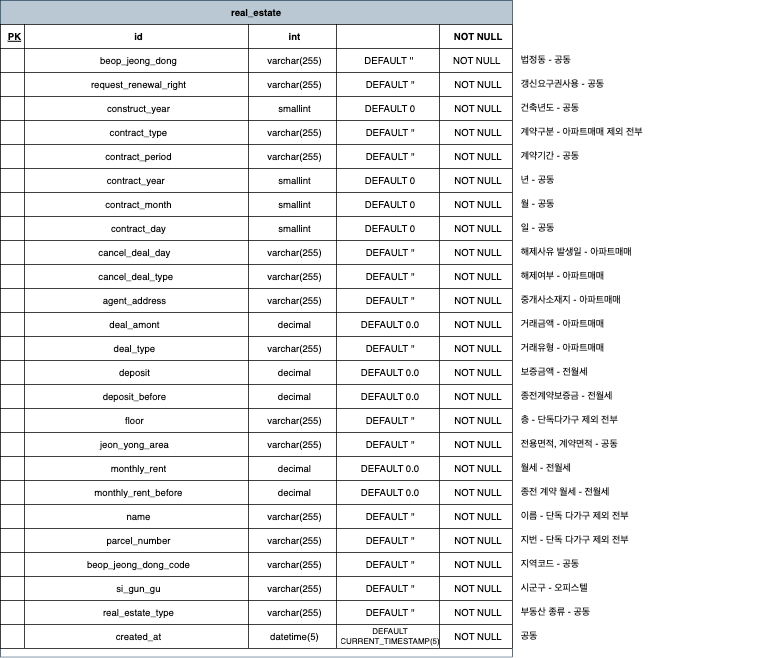
Above: wiki/erd/20240617.png in dsadara/batch-estate-engine (draw.io), before the change. Source tidied: cells renumbered, new cells last; positions are measured from the earlier drawing's top-left corner, leaving out a move shared by most shapes.
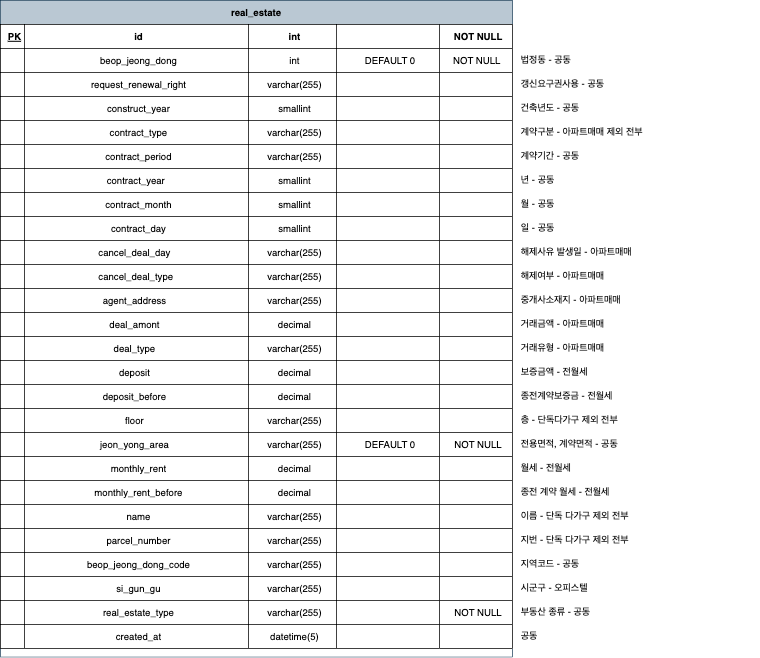
After the commit.

Commit message:
docs: 첫번째 최적화 스키마 수정 (e3cdd5ed)

What changed in the source:
```diff
@@ -34,6 +34,6 @@
     </mxCell>
-    <mxCell id="12" value="varchar(255)" style="shape=partialRectangle;overflow=hidden;top=1;left=1;bottom=1;right=1;align=center;spacingLeft=6;shadow=0;strokeWidth=1;perimeterSpacing=0;verticalAlign=middle;fontFamily=Helvetica;fontSize=12;fontStyle=0;" parent="9" vertex="1">
+    <mxCell id="12" value="int" style="shape=partialRectangle;overflow=hidden;top=1;left=1;bottom=1;right=1;align=center;spacingLeft=6;shadow=0;strokeWidth=1;perimeterSpacing=0;verticalAlign=middle;fontFamily=Helvetica;fontSize=12;fontStyle=0;" parent="9" vertex="1">
       <mxGeometry x="310" width="110" height="30" as="geometry" />
     </mxCell>
-    <mxCell id="13" value="DEFAULT '' " style="shape=partialRectangle;overflow=hidden;top=1;left=1;bottom=1;right=1;align=center;spacingLeft=6;shadow=0;strokeWidth=1;perimeterSpacing=0;verticalAlign=middle;fontFamily=Helvetica;fontSize=12;fontStyle=0;" parent="9" vertex="1">
+    <mxCell id="13" value="DEFAULT 0" style="shape=partialRectangle;overflow=hidden;top=1;left=1;bottom=1;right=1;align=center;spacingLeft=6;shadow=0;strokeWidth=1;perimeterSpacing=0;verticalAlign=middle;fontFamily=Helvetica;fontSize=12;fontStyle=0;" parent="9" vertex="1">
       <mxGeometry x="420" width="129" height="30" as="geometry" />
@@ -55,6 +55,6 @@
     </mxCell>
-    <mxCell id="19" value="DEFAULT ''" style="shape=partialRectangle;overflow=hidden;top=1;left=1;bottom=1;right=1;align=center;spacingLeft=6;strokeWidth=1;shadow=0;verticalAlign=middle;fontFamily=Helvetica;fontSize=12;fontStyle=0;" parent="15" vertex="1">
+    <mxCell id="19" style="shape=partialRectangle;overflow=hidden;top=1;left=1;bottom=1;right=1;align=center;spacingLeft=6;strokeWidth=1;shadow=0;verticalAlign=middle;fontFamily=Helvetica;fontSize=12;fontStyle=0;" parent="15" vertex="1">
       <mxGeometry x="420" width="129" height="30" as="geometry" />
     </mxCell>
-    <mxCell id="20" value="NOT NULL" style="shape=partialRectangle;overflow=hidden;top=1;left=1;bottom=1;right=1;align=center;spacingLeft=6;strokeWidth=1;shadow=0;verticalAlign=middle;fontFamily=Helvetica;fontSize=12;fontStyle=0;" parent="15" vertex="1">
+    <mxCell id="20" style="shape=partialRectangle;overflow=hidden;top=1;left=1;bottom=1;right=1;align=center;spacingLeft=6;strokeWidth=1;shadow=0;verticalAlign=middle;fontFamily=Helvetica;fontSize=12;fontStyle=0;" parent="15" vertex="1">
       <mxGeometry x="549" width="91" height="30" as="geometry" />
@@ -73,6 +73,6 @@
     </mxCell>
-    <mxCell id="25" value="DEFAULT 0" style="shape=partialRectangle;overflow=hidden;top=1;left=1;bottom=1;right=1;align=center;spacingLeft=6;shadow=0;strokeWidth=1;verticalAlign=middle;fontFamily=Helvetica;fontSize=12;fontStyle=0;" parent="21" vertex="1">
+    <mxCell id="25" style="shape=partialRectangle;overflow=hidden;top=1;left=1;bottom=1;right=1;align=center;spacingLeft=6;shadow=0;strokeWidth=1;verticalAlign=middle;fontFamily=Helvetica;fontSize=12;fontStyle=0;" parent="21" vertex="1">
       <mxGeometry x="420" width="129" height="30" as="geometry" />
     </mxCell>
-    <mxCell id="26" value="NOT NULL" style="shape=partialRectangle;overflow=hidden;top=1;left=1;bottom=1;right=1;align=center;spacingLeft=6;shadow=0;strokeWidth=1;verticalAlign=middle;fontFamily=Helvetica;fontSize=12;fontStyle=0;" parent="21" vertex="1">
+    <mxCell id="26" style="shape=partialRectangle;overflow=hidden;top=1;left=1;bottom=1;right=1;align=center;spacingLeft=6;shadow=0;strokeWidth=1;verticalAlign=middle;fontFamily=Helvetica;fontSize=12;fontStyle=0;" parent="21" vertex="1">
       <mxGeometry x="549" width="91" height="30" as="geometry" />
@@ -91,6 +91,6 @@
     </mxCell>
-    <mxCell id="31" value="DEFAULT ''" style="shape=partialRectangle;overflow=hidden;top=1;left=1;bottom=1;right=1;align=center;spacingLeft=6;shadow=0;strokeWidth=1;verticalAlign=middle;fontFamily=Helvetica;fontSize=12;fontStyle=0;" parent="27" vertex="1">
+    <mxCell id="31" style="shape=partialRectangle;overflow=hidden;top=1;left=1;bottom=1;right=1;align=center;spacingLeft=6;shadow=0;strokeWidth=1;verticalAlign=middle;fontFamily=Helvetica;fontSize=12;fontStyle=0;" parent="27" vertex="1">
       <mxGeometry x="420" width="129" height="30" as="geometry" />
     </mxCell>
-    <mxCell id="32" value="NOT NULL" style="shape=partialRectangle;overflow=hidden;top=1;left=1;bottom=1;right=1;align=center;spacingLeft=6;shadow=0;strokeWidth=1;verticalAlign=middle;fontFamily=Helvetica;fontSize=12;fontStyle=0;" parent="27" vertex="1">
+    <mxCell id="32" style="shape=partialRectangle;overflow=hidden;top=1;left=1;bottom=1;right=1;align=center;spacingLeft=6;shadow=0;strokeWidth=1;verticalAlign=middle;fontFamily=Helvetica;fontSize=12;fontStyle=0;" parent="27" vertex="1">
       <mxGeometry x="549" width="91" height="30" as="geometry" />
@@ -109,6 +109,6 @@
     </mxCell>
-    <mxCell id="37" value="DEFAULT ''" style="shape=partialRectangle;overflow=hidden;top=1;left=1;bottom=1;right=1;align=center;spacingLeft=6;shadow=0;strokeWidth=1;verticalAlign=middle;fontFamily=Helvetica;fontSize=12;fontStyle=0;" parent="33" vertex="1">
+    <mxCell id="37" style="shape=partialRectangle;overflow=hidden;top=1;left=1;bottom=1;right=1;align=center;spacingLeft=6;shadow=0;strokeWidth=1;verticalAlign=middle;fontFamily=Helvetica;fontSize=12;fontStyle=0;" parent="33" vertex="1">
       <mxGeometry x="420" width="129" height="30" as="geometry" />
     </mxCell>
-    <mxCell id="38" value="NOT NULL" style="shape=partialRectangle;overflow=hidden;top=1;left=1;bottom=1;right=1;align=center;spacingLeft=6;shadow=0;strokeWidth=1;verticalAlign=middle;fontFamily=Helvetica;fontSize=12;fontStyle=0;" parent="33" vertex="1">
+    <mxCell id="38" style="shape=partialRectangle;overflow=hidden;top=1;left=1;bottom=1;right=1;align=center;spacingLeft=6;shadow=0;strokeWidth=1;verticalAlign=middle;fontFamily=Helvetica;fontSize=12;fontStyle=0;" parent="33" vertex="1">
       <mxGeometry x="549" width="91" height="30" as="geometry" />
@@ -127,6 +127,6 @@
     </mxCell>
-    <mxCell id="43" value="DEFAULT 0" style="shape=partialRectangle;overflow=hidden;top=1;left=1;bottom=1;right=1;align=center;spacingLeft=6;shadow=0;strokeWidth=1;verticalAlign=middle;fontFamily=Helvetica;fontSize=12;fontStyle=0;" parent="39" vertex="1">
+    <mxCell id="43" style="shape=partialRectangle;overflow=hidden;top=1;left=1;bottom=1;right=1;align=center;spacingLeft=6;shadow=0;strokeWidth=1;verticalAlign=middle;fontFamily=Helvetica;fontSize=12;fontStyle=0;" parent="39" vertex="1">
       <mxGeometry x="420" width="129" height="30" as="geometry" />
     </mxCell>
-    <mxCell id="44" value="NOT NULL" style="shape=partialRectangle;overflow=hidden;top=1;left=1;bottom=1;right=1;align=center;spacingLeft=6;shadow=0;strokeWidth=1;verticalAlign=middle;fontFamily=Helvetica;fontSize=12;fontStyle=0;" parent="39" vertex="1">
+    <mxCell id="44" style="shape=partialRectangle;overflow=hidden;top=1;left=1;bottom=1;right=1;align=center;spacingLeft=6;shadow=0;strokeWidth=1;verticalAlign=middle;fontFamily=Helvetica;fontSize=12;fontStyle=0;" parent="39" vertex="1">
       <mxGeometry x="549" width="91" height="30" as="geometry" />
@@ -145,6 +145,6 @@
     </mxCell>
-    <mxCell id="49" value="DEFAULT 0" style="shape=partialRectangle;overflow=hidden;top=1;left=1;bottom=1;right=1;align=center;spacingLeft=6;shadow=0;strokeWidth=1;verticalAlign=middle;fontFamily=Helvetica;fontSize=12;fontStyle=0;" parent="45" vertex="1">
+    <mxCell id="49" style="shape=partialRectangle;overflow=hidden;top=1;left=1;bottom=1;right=1;align=center;spacingLeft=6;shadow=0;strokeWidth=1;verticalAlign=middle;fontFamily=Helvetica;fontSize=12;fontStyle=0;" parent="45" vertex="1">
       <mxGeometry x="420" width="129" height="30" as="geometry" />
     </mxCell>
-    <mxCell id="50" value="NOT NULL" style="shape=partialRectangle;overflow=hidden;top=1;left=1;bottom=1;right=1;align=center;spacingLeft=6;shadow=0;strokeWidth=1;verticalAlign=middle;fontFamily=Helvetica;fontSize=12;fontStyle=0;" parent="45" vertex="1">
+    <mxCell id="50" style="shape=partialRectangle;overflow=hidden;top=1;left=1;bottom=1;right=1;align=center;spacingLeft=6;shadow=0;strokeWidth=1;verticalAlign=middle;fontFamily=Helvetica;fontSize=12;fontStyle=0;" parent="45" vertex="1">
       <mxGeometry x="549" width="91" height="30" as="geometry" />
@@ -163,6 +163,6 @@
     </mxCell>
-    <mxCell id="55" value="DEFAULT 0" style="shape=partialRectangle;overflow=hidden;top=1;left=1;bottom=1;right=1;align=center;spacingLeft=6;shadow=0;strokeWidth=1;verticalAlign=middle;fontFamily=Helvetica;fontSize=12;fontStyle=0;" parent="51" vertex="1">
+    <mxCell id="55" style="shape=partialRectangle;overflow=hidden;top=1;left=1;bottom=1;right=1;align=center;spacingLeft=6;shadow=0;strokeWidth=1;verticalAlign=middle;fontFamily=Helvetica;fontSize=12;fontStyle=0;" parent="51" vertex="1">
       <mxGeometry x="420" width="129" height="30" as="geometry" />
     </mxCell>
-    <mxCell id="56" value="NOT NULL" style="shape=partialRectangle;overflow=hidden;top=1;left=1;bottom=1;right=1;align=center;spacingLeft=6;shadow=0;strokeWidth=1;verticalAlign=middle;fontFamily=Helvetica;fontSize=12;fontStyle=0;" parent="51" vertex="1">
+    <mxCell id="56" style="shape=partialRectangle;overflow=hidden;top=1;left=1;bottom=1;right=1;align=center;spacingLeft=6;shadow=0;strokeWidth=1;verticalAlign=middle;fontFamily=Helvetica;fontSize=12;fontStyle=0;" parent="51" vertex="1">
       <mxGeometry x="549" width="91" height="30" as="geometry" />
@@ -181,6 +181,6 @@
     </mxCell>
-    <mxCell id="61" value="DEFAULT ''" style="shape=partialRectangle;overflow=hidden;top=1;left=1;bottom=1;right=1;align=center;spacingLeft=6;" parent="57" vertex="1">
+    <mxCell id="61" style="shape=partialRectangle;overflow=hidden;top=1;left=1;bottom=1;right=1;align=center;spacingLeft=6;" parent="57" vertex="1">
       <mxGeometry x="420" width="129" height="30" as="geometry" />
     </mxCell>
-    <mxCell id="62" value="NOT NULL" style="shape=partialRectangle;overflow=hidden;top=1;left=1;bottom=1;right=1;align=center;spacingLeft=6;" parent="57" vertex="1">
+    <mxCell id="62" style="shape=partialRectangle;overflow=hidden;top=1;left=1;bottom=1;right=1;align=center;spacingLeft=6;" parent="57" vertex="1">
       <mxGeometry x="549" width="91" height="30" as="geometry" />
@@ -199,6 +199,6 @@
     </mxCell>
-    <mxCell id="67" value="DEFAULT ''" style="shape=partialRectangle;overflow=hidden;top=1;left=1;bottom=1;right=1;align=center;spacingLeft=6;" parent="63" vertex="1">
+    <mxCell id="67" style="shape=partialRectangle;overflow=hidden;top=1;left=1;bottom=1;right=1;align=center;spacingLeft=6;" parent="63" vertex="1">
       <mxGeometry x="420" width="129" height="30" as="geometry" />
     </mxCell>
-    <mxCell id="68" value="NOT NULL" style="shape=partialRectangle;overflow=hidden;top=1;left=1;bottom=1;right=1;align=center;spacingLeft=6;" parent="63" vertex="1">
+    <mxCell id="68" style="shape=partialRectangle;overflow=hidden;top=1;left=1;bottom=1;right=1;align=center;spacingLeft=6;" parent="63" vertex="1">
       <mxGeometry x="549" width="91" height="30" as="geometry" />
@@ -217,6 +217,6 @@
     </mxCell>
-    <mxCell id="73" value="DEFAULT ''" style="shape=partialRectangle;overflow=hidden;top=1;left=1;bottom=1;right=1;align=center;spacingLeft=6;" parent="69" vertex="1">
+    <mxCell id="73" style="shape=partialRectangle;overflow=hidden;top=1;left=1;bottom=1;right=1;align=center;spacingLeft=6;" parent="69" vertex="1">
       <mxGeometry x="420" width="129" height="30" as="geometry" />
     </mxCell>
-    <mxCell id="74" value="NOT NULL" style="shape=partialRectangle;overflow=hidden;top=1;left=1;bottom=1;right=1;align=center;spacingLeft=6;" parent="69" vertex="1">
+    <mxCell id="74" style="shape=partialRectangle;overflow=hidden;top=1;left=1;bottom=1;right=1;align=center;spacingLeft=6;" parent="69" vertex="1">
       <mxGeometry x="549" width="91" height="30" as="geometry" />
@@ -235,6 +235,6 @@
     </mxCell>
-    <mxCell id="79" value="DEFAULT 0.0" style="shape=partialRectangle;overflow=hidden;top=1;left=1;bottom=1;right=1;align=center;spacingLeft=6;" parent="75" vertex="1">
+    <mxCell id="79" style="shape=partialRectangle;overflow=hidden;top=1;left=1;bottom=1;right=1;align=center;spacingLeft=6;" parent="75" vertex="1">
       <mxGeometry x="420" width="129" height="30" as="geometry" />
     </mxCell>
-    <mxCell id="80" value="NOT NULL" style="shape=partialRectangle;overflow=hidden;top=1;left=1;bottom=1;right=1;align=center;spacingLeft=6;" parent="75" vertex="1">
+    <mxCell id="80" style="shape=partialRectangle;overflow=hidden;top=1;left=1;bottom=1;right=1;align=center;spacingLeft=6;" parent="75" vertex="1">
       <mxGeometry x="549" width="91" height="30" as="geometry" />
@@ -253,6 +253,6 @@
     </mxCell>
-    <mxCell id="85" value="DEFAULT ''" style="shape=partialRectangle;overflow=hidden;top=1;left=1;bottom=1;right=1;align=center;spacingLeft=6;" parent="81" vertex="1">
+    <mxCell id="85" style="shape=partialRectangle;overflow=hidden;top=1;left=1;bottom=1;right=1;align=center;spacingLeft=6;" parent="81" vertex="1">
       <mxGeometry x="420" width="129" height="30" as="geometry" />
     </mxCell>
-    <mxCell id="86" value="NOT NULL" style="shape=partialRectangle;overflow=hidden;top=1;left=1;bottom=1;right=1;align=center;spacingLeft=6;" parent="81" vertex="1">
+    <mxCell id="86" style="shape=partialRectangle;overflow=hidden;top=1;left=1;bottom=1;right=1;align=center;spacingLeft=6;" parent="81" vertex="1">
       <mxGeometry x="549" width="91" height="30" as="geometry" />
@@ -271,6 +271,6 @@
     </mxCell>
-    <mxCell id="91" value="DEFAULT 0.0" style="shape=partialRectangle;overflow=hidden;top=1;left=1;bottom=1;right=1;align=center;spacingLeft=6;" parent="87" vertex="1">
+    <mxCell id="91" style="shape=partialRectangle;overflow=hidden;top=1;left=1;bottom=1;right=1;align=center;spacingLeft=6;" parent="87" vertex="1">
       <mxGeometry x="420" width="129" height="30" as="geometry" />
     </mxCell>
-    <mxCell id="92" value="NOT NULL" style="shape=partialRectangle;overflow=hidden;top=1;left=1;bottom=1;right=1;align=center;spacingLeft=6;" parent="87" vertex="1">
+    <mxCell id="92" style="shape=partialRectangle;overflow=hidden;top=1;left=1;bottom=1;right=1;align=center;spacingLeft=6;" parent="87" vertex="1">
       <mxGeometry x="549" width="91" height="30" as="geometry" />
@@ -289,6 +289,6 @@
     </mxCell>
-    <mxCell id="97" value="DEFAULT 0.0" style="shape=partialRectangle;overflow=hidden;top=1;left=1;bottom=1;right=1;align=center;spacingLeft=6;" parent="93" vertex="1">
+    <mxCell id="97" style="shape=partialRectangle;overflow=hidden;top=1;left=1;bottom=1;right=1;align=center;spacingLeft=6;" parent="93" vertex="1">
       <mxGeometry x="420" width="129" height="30" as="geometry" />
     </mxCell>
-    <mxCell id="98" value="NOT NULL" style="shape=partialRectangle;overflow=hidden;top=1;left=1;bottom=1;right=1;align=center;spacingLeft=6;" parent="93" vertex="1">
+    <mxCell id="98" style="shape=partialRectangle;overflow=hidden;top=1;left=1;bottom=1;right=1;align=center;spacingLeft=6;" parent="93" vertex="1">
       <mxGeometry x="549" width="91" height="30" as="geometry" />
@@ -307,6 +307,6 @@
     </mxCell>
-    <mxCell id="103" value="DEFAULT ''" style="shape=partialRectangle;overflow=hidden;top=1;left=1;bottom=1;right=1;align=center;spacingLeft=6;" parent="99" vertex="1">
+    <mxCell id="103" style="shape=partialRectangle;overflow=hidden;top=1;left=1;bottom=1;right=1;align=center;spacingLeft=6;" parent="99" vertex="1">
       <mxGeometry x="420" width="129" height="30" as="geometry" />
     </mxCell>
-    <mxCell id="104" value="NOT NULL" style="shape=partialRectangle;overflow=hidden;top=1;left=1;bottom=1;right=1;align=center;spacingLeft=6;" parent="99" vertex="1">
+    <mxCell id="104" style="shape=partialRectangle;overflow=hidden;top=1;left=1;bottom=1;right=1;align=center;spacingLeft=6;" parent="99" vertex="1">
       <mxGeometry x="549" width="91" height="30" as="geometry" />
@@ -325,3 +325,3 @@
     </mxCell>
-    <mxCell id="109" value="DEFAULT ''" style="shape=partialRectangle;overflow=hidden;top=1;left=1;bottom=1;right=1;align=center;spacingLeft=6;" parent="105" vertex="1">
+    <mxCell id="109" value="DEFAULT 0" style="shape=partialRectangle;overflow=hidden;top=1;left=1;bottom=1;right=1;align=center;spacingLeft=6;" parent="105" vertex="1">
       <mxGeometry x="420" width="129" height="30" as="geometry" />
@@ -343,6 +343,6 @@
     </mxCell>
-    <mxCell id="115" value="DEFAULT 0.0" style="shape=partialRectangle;overflow=hidden;top=1;left=1;bottom=1;right=1;align=center;spacingLeft=6;" parent="111" vertex="1">
+    <mxCell id="115" style="shape=partialRectangle;overflow=hidden;top=1;left=1;bottom=1;right=1;align=center;spacingLeft=6;" parent="111" vertex="1">
       <mxGeometry x="420" width="129" height="30" as="geometry" />
     </mxCell>
-    <mxCell id="116" value="NOT NULL" style="shape=partialRectangle;overflow=hidden;top=1;left=1;bottom=1;right=1;align=center;spacingLeft=6;" parent="111" vertex="1">
+    <mxCell id="116" style="shape=partialRectangle;overflow=hidden;top=1;left=1;bottom=1;right=1;align=center;spacingLeft=6;" parent="111" vertex="1">
       <mxGeometry x="549" width="91" height="30" as="geometry" />
@@ -361,6 +361,6 @@
     </mxCell>
-    <mxCell id="121" value="DEFAULT 0.0" style="shape=partialRectangle;overflow=hidden;top=1;left=1;bottom=1;right=1;align=center;spacingLeft=6;" parent="117" vertex="1">
+    <mxCell id="121" style="shape=partialRectangle;overflow=hidden;top=1;left=1;bottom=1;right=1;align=center;spacingLeft=6;" parent="117" vertex="1">
       <mxGeometry x="420" width="129" height="30" as="geometry" />
     </mxCell>
-    <mxCell id="122" value="NOT NULL" style="shape=partialRectangle;overflow=hidden;top=1;left=1;bottom=1;right=1;align=center;spacingLeft=6;" parent="117" vertex="1">
+    <mxCell id="122" style="shape=partialRectangle;overflow=hidden;top=1;left=1;bottom=1;right=1;align=center;spacingLeft=6;" parent="117" vertex="1">
       <mxGeometry x="549" width="91" height="30" as="geometry" />
@@ -379,6 +379,6 @@
     </mxCell>
-    <mxCell id="127" value="DEFAULT ''" style="shape=partialRectangle;overflow=hidden;top=1;left=1;bottom=1;right=1;align=center;spacingLeft=6;" parent="123" vertex="1">
+    <mxCell id="127" style="shape=partialRectangle;overflow=hidden;top=1;left=1;bottom=1;right=1;align=center;spacingLeft=6;" parent="123" vertex="1">
       <mxGeometry x="420" width="129" height="30" as="geometry" />
     </mxCell>
-    <mxCell id="128" value="NOT NULL" style="shape=partialRectangle;overflow=hidden;top=1;left=1;bottom=1;right=1;align=center;spacingLeft=6;" parent="123" vertex="1">
+    <mxCell id="128" style="shape=partialRectangle;overflow=hidden;top=1;left=1;bottom=1;right=1;align=center;spacingLeft=6;" parent="123" vertex="1">
       <mxGeometry x="549" width="91" height="30" as="geometry" />
@@ -397,6 +397,6 @@
     </mxCell>
-    <mxCell id="133" value="DEFAULT ''" style="shape=partialRectangle;overflow=hidden;top=1;left=1;bottom=1;right=1;align=center;spacingLeft=6;" parent="129" vertex="1">
+    <mxCell id="133" style="shape=partialRectangle;overflow=hidden;top=1;left=1;bottom=1;right=1;align=center;spacingLeft=6;" parent="129" vertex="1">
       <mxGeometry x="420" width="129" height="30" as="geometry" />
     </mxCell>
-    <mxCell id="134" value="NOT NULL" style="shape=partialRectangle;overflow=hidden;top=1;left=1;bottom=1;right=1;align=center;spacingLeft=6;" parent="129" vertex="1">
+    <mxCell id="134" style="shape=partialRectangle;overflow=hidden;top=1;left=1;bottom=1;right=1;align=center;spacingLeft=6;" parent="129" vertex="1">
       <mxGeometry x="549" width="91" height="30" as="geometry" />
@@ -415,6 +415,6 @@
     </mxCell>
-    <mxCell id="139" value="DEFAULT ''" style="shape=partialRectangle;overflow=hidden;top=1;left=1;bottom=1;right=1;align=center;spacingLeft=6;" parent="135" vertex="1">
+    <mxCell id="139" style="shape=partialRectangle;overflow=hidden;top=1;left=1;bottom=1;right=1;align=center;spacingLeft=6;" parent="135" vertex="1">
       <mxGeometry x="420" width="129" height="30" as="geometry" />
     </mxCell>
-    <mxCell id="140" value="NOT NULL" style="shape=partialRectangle;overflow=hidden;top=1;left=1;bottom=1;right=1;align=center;spacingLeft=6;" parent="135" vertex="1">
+    <mxCell id="140" style="shape=partialRectangle;overflow=hidden;top=1;left=1;bottom=1;right=1;align=center;spacingLeft=6;" parent="135" vertex="1">
       <mxGeometry x="549" width="91" height="30" as="geometry" />
@@ -433,6 +433,6 @@
     </mxCell>
-    <mxCell id="145" value="DEFAULT ''" style="shape=partialRectangle;overflow=hidden;top=1;left=1;bottom=1;right=1;align=center;spacingLeft=6;" parent="141" vertex="1">
+    <mxCell id="145" style="shape=partialRectangle;overflow=hidden;top=1;left=1;bottom=1;right=1;align=center;spacingLeft=6;" parent="141" vertex="1">
       <mxGeometry x="420" width="129" height="30" as="geometry" />
     </mxCell>
-    <mxCell id="146" value="NOT NULL" style="shape=partialRectangle;overflow=hidden;top=1;left=1;bottom=1;right=1;align=center;spacingLeft=6;" parent="141" vertex="1">
+    <mxCell id="146" style="shape=partialRectangle;overflow=hidden;top=1;left=1;bottom=1;right=1;align=center;spacingLeft=6;" parent="141" vertex="1">
       <mxGeometry x="549" width="91" height="30" as="geometry" />
@@ -451,3 +451,3 @@
     </mxCell>
-    <mxCell id="151" value="DEFAULT ''" style="shape=partialRectangle;overflow=hidden;top=1;left=1;bottom=1;right=1;align=center;spacingLeft=6;" parent="147" vertex="1">
+    <mxCell id="151" style="shape=partialRectangle;overflow=hidden;top=1;left=1;bottom=1;right=1;align=center;spacingLeft=6;" parent="147" vertex="1">
       <mxGeometry x="420" width="129" height="30" as="geometry" />
@@ -469,6 +469,6 @@
     </mxCell>
-    <mxCell id="157" value="DEFAULT&#10;CURRENT_TIMESTAMP(5)" style="shape=partialRectangle;overflow=hidden;top=1;left=1;bottom=1;right=1;align=center;spacingLeft=6;fontSize=10;" parent="153" vertex="1">
+    <mxCell id="157" style="shape=partialRectangle;overflow=hidden;top=1;left=1;bottom=1;right=1;align=center;spacingLeft=6;fontSize=10;" parent="153" vertex="1">
       <mxGeometry x="420" width="129" height="30" as="geometry" />
     </mxCell>
-    <mxCell id="158" value="NOT NULL" style="shape=partialRectangle;overflow=hidden;top=1;left=1;bottom=1;right=1;align=center;spacingLeft=6;" parent="153" vertex="1">
+    <mxCell id="158" style="shape=partialRectangle;overflow=hidden;top=1;left=1;bottom=1;right=1;align=center;spacingLeft=6;" parent="153" vertex="1">
       <mxGeometry x="549" width="91" height="30" as="geometry" />
```
